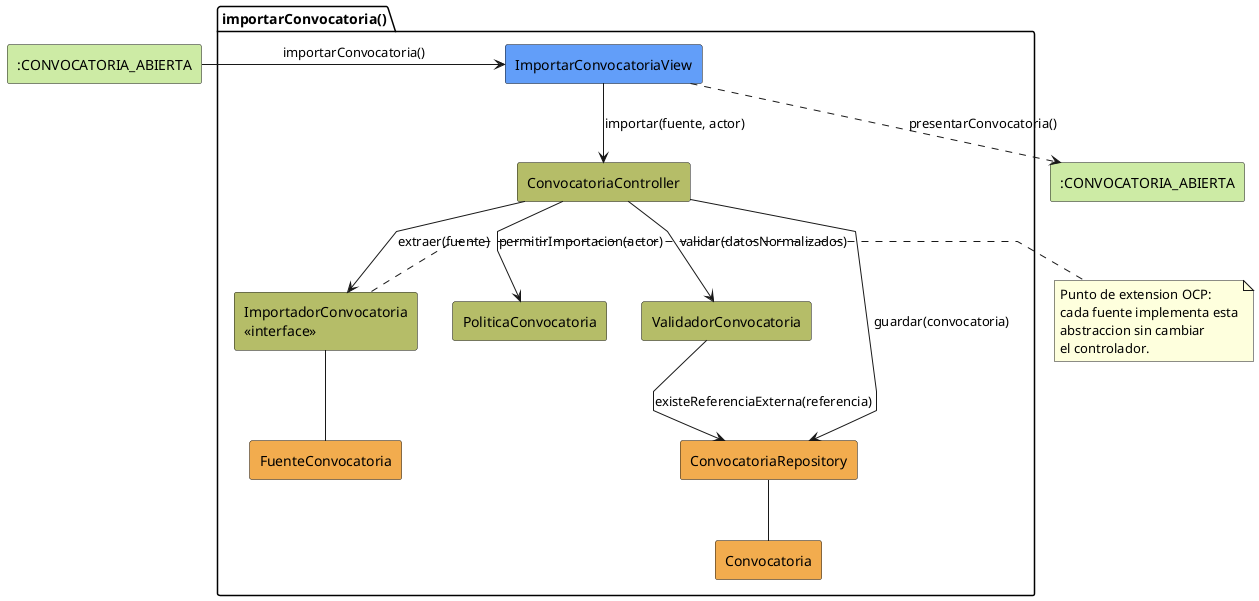
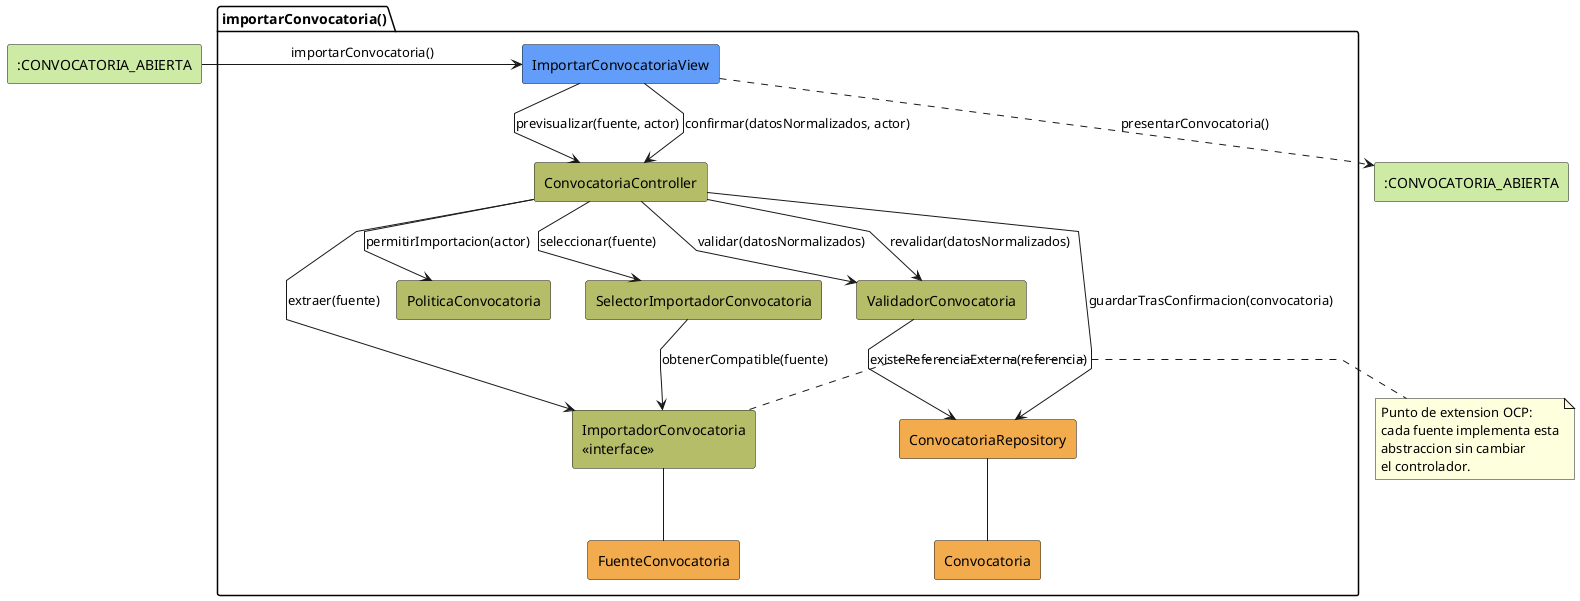
@startuml importarConvocatoria-analisis
skinparam linetype polyline

rectangle #CDEBA5 ":CONVOCATORIA_ABIERTA" as Entrada
package importarConvocatoria as "importarConvocatoria()" {
    rectangle #629EF9 ImportarConvocatoriaView
    rectangle #b5bd68 ConvocatoriaController
    rectangle #b5bd68 PoliticaConvocatoria
+     rectangle #b5bd68 SelectorImportadorConvocatoria
    rectangle #b5bd68 "ImportadorConvocatoria\n<<interface>>" as Importador
    rectangle #b5bd68 ValidadorConvocatoria
    rectangle #F2AC4E ConvocatoriaRepository
    rectangle #F2AC4E FuenteConvocatoria
    rectangle #F2AC4E Convocatoria
}
rectangle #CDEBA5 ":CONVOCATORIA_ABIERTA" as Salida

Entrada -r-> ImportarConvocatoriaView: importarConvocatoria()
- ImportarConvocatoriaView -d-> ConvocatoriaController: importar(fuente, actor)
+ ImportarConvocatoriaView -d-> ConvocatoriaController: previsualizar(fuente, actor)
ConvocatoriaController --> PoliticaConvocatoria: permitirImportacion(actor)
+ ConvocatoriaController --> SelectorImportadorConvocatoria: seleccionar(fuente)
+ SelectorImportadorConvocatoria --> Importador: obtenerCompatible(fuente)
ConvocatoriaController --> Importador: extraer(fuente)
Importador -- FuenteConvocatoria
ConvocatoriaController --> ValidadorConvocatoria: validar(datosNormalizados)
ValidadorConvocatoria --> ConvocatoriaRepository: existeReferenciaExterna(referencia)
- ConvocatoriaController --> ConvocatoriaRepository: guardar(convocatoria)
+ ImportarConvocatoriaView --> ConvocatoriaController: confirmar(datosNormalizados, actor)
+ ConvocatoriaController --> ValidadorConvocatoria: revalidar(datosNormalizados)
+ ConvocatoriaController --> ConvocatoriaRepository: guardarTrasConfirmacion(convocatoria)
ConvocatoriaRepository -- Convocatoria
ImportarConvocatoriaView ..> Salida: presentarConvocatoria()

note right of Importador
Punto de extension OCP:
cada fuente implementa esta
abstraccion sin cambiar
el controlador.
end note
@enduml
